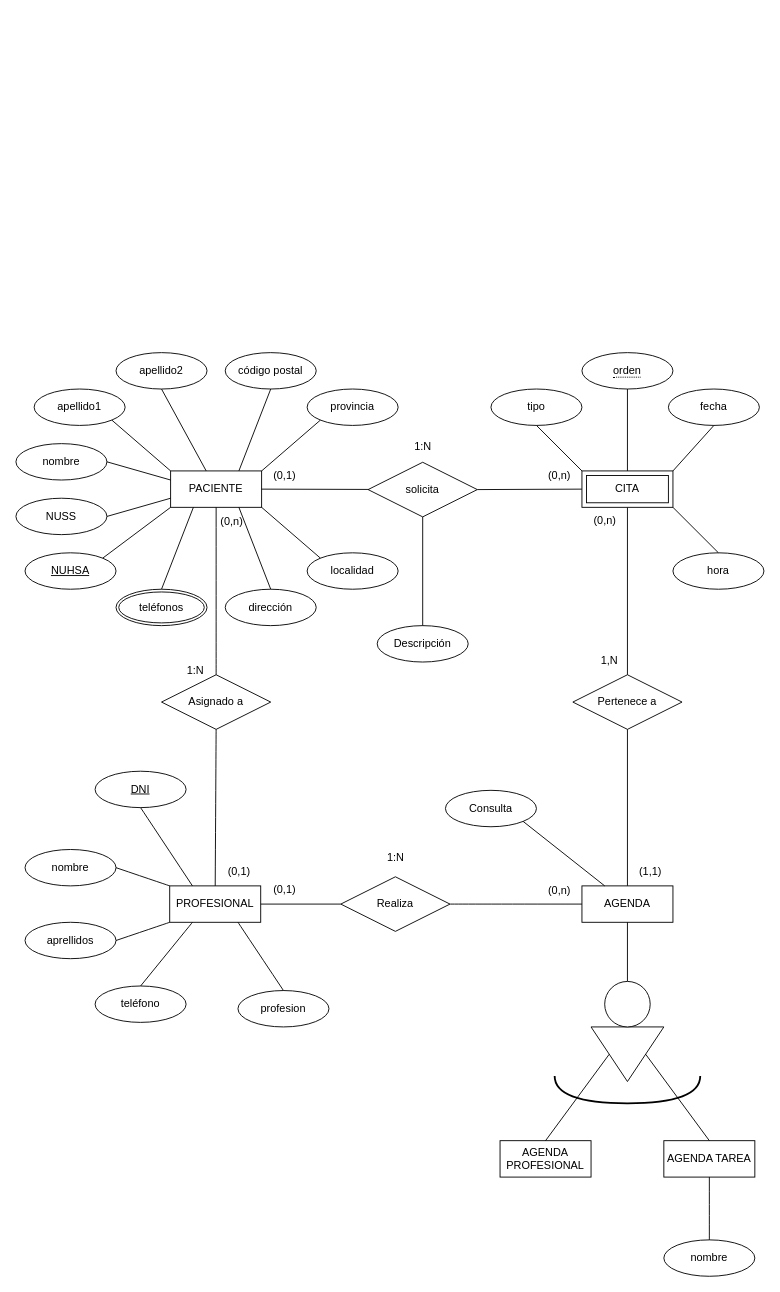
Before: CitasAP_ER2.drawio in mariopr25/CitasAP-ER, a draw.io diagram. Source tidied: cells renumbered, new cells numbered last; positions are measured from the earlier drawing's top-left corner, leaving out a move shared by most shapes. Both pictures are drawn from the tidied source at 91%, with x=0, y=0 at pixel (15, 352).
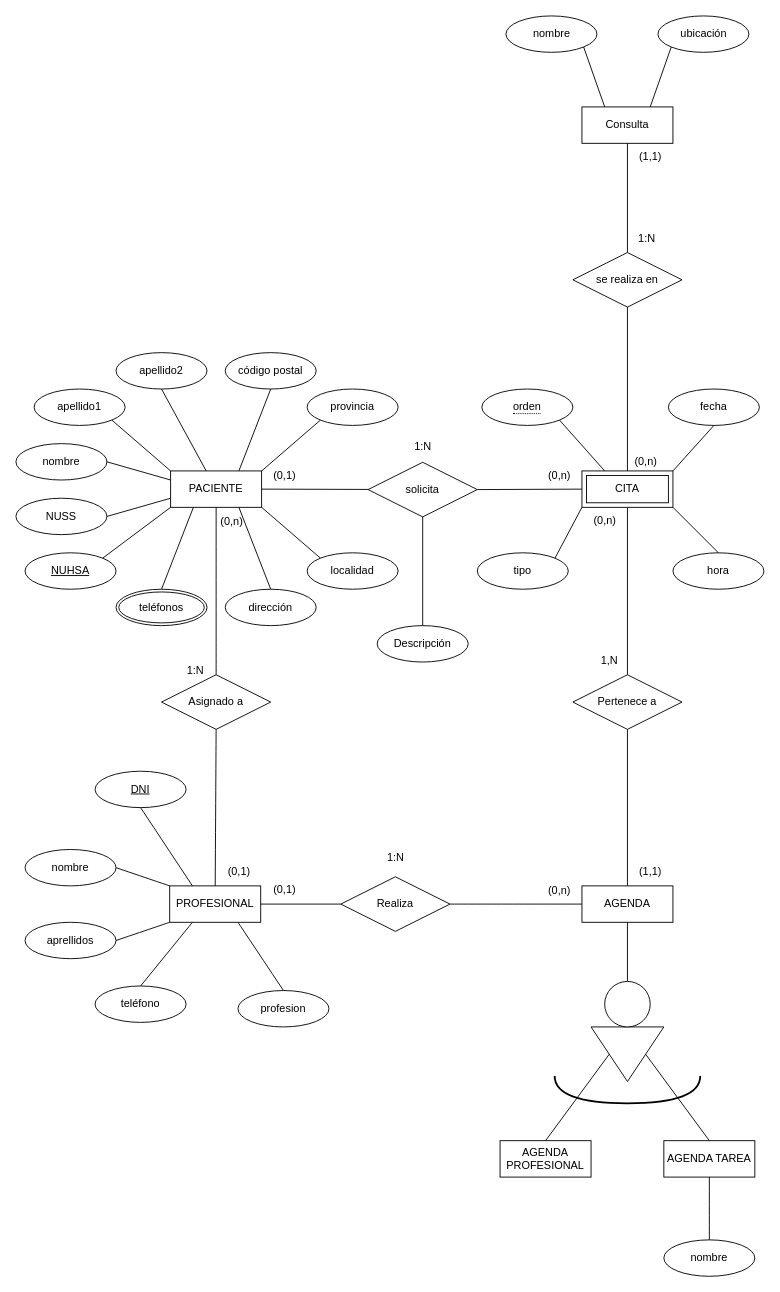
The same diagram, later.

Commit message:
Añadida relación cita se realiza en consulta

The change refers to these unchanged cells:
```xml
<mxCell id="36" value="CITA" style="shape=ext;margin=3;double=1;whiteSpace=wrap;html=1;align=center;" parent="1" vertex="1">
  <mxGeometry x="622" y="130" width="100" height="40" as="geometry" />
</mxCell>
<mxCell id="37" value="&lt;div&gt;AGENDA&lt;/div&gt;" style="whiteSpace=wrap;html=1;align=center;" parent="1" vertex="1">
  <mxGeometry x="622" y="586" width="100" height="40" as="geometry" />
</mxCell>
```

Change to the diagram source:
```diff
@@
     <mxCell id="34" value="tipo" style="ellipse;whiteSpace=wrap;html=1;align=center;direction=west;" parent="1" vertex="1">
-      <mxGeometry x="522" y="40" width="100" height="40" as="geometry" />
+      <mxGeometry x="507" y="220" width="100" height="40" as="geometry" />
     </mxCell>
@@
-    <mxCell id="40" style="endArrow=none;html=1;rounded=0;exitX=0;exitY=0;exitDx=0;exitDy=0;entryX=0.5;entryY=0;entryDx=0;entryDy=0;" parent="1" edge="1" source="36" target="34">
+    <mxCell id="40" style="endArrow=none;html=1;rounded=0;exitX=0;exitY=1;exitDx=0;exitDy=0;entryX=0;entryY=1;entryDx=0;entryDy=0;" parent="1" edge="1" source="36" target="34">
       <mxGeometry relative="1" as="geometry" />
     </mxCell>
@@
-    <mxCell id="44" style="endArrow=none;html=1;rounded=0;exitX=0.5;exitY=1;exitDx=0;exitDy=0;entryX=0.5;entryY=0;entryDx=0;entryDy=0;" parent="1" edge="1" source="45" target="36">
+    <mxCell id="44" style="endArrow=none;html=1;rounded=0;exitX=1;exitY=1;exitDx=0;exitDy=0;entryX=0.25;entryY=0;entryDx=0;entryDy=0;" parent="1" edge="1" source="45" target="36">
       <mxGeometry relative="1" as="geometry" />
     </mxCell>
     <mxCell id="45" value="&lt;span style=&quot;border-bottom: 1px dotted&quot;&gt;orden&lt;/span&gt;" style="ellipse;whiteSpace=wrap;html=1;align=center;" parent="1" vertex="1">
-      <mxGeometry x="622" width="100" height="40" as="geometry" />
+      <mxGeometry x="512" y="40" width="100" height="40" as="geometry" />
     </mxCell>
-    <mxCell id="46" value="Consulta" style="ellipse;whiteSpace=wrap;html=1;align=center;direction=east;" parent="1" vertex="1">
-      <mxGeometry x="472" y="481" width="100" height="40" as="geometry" />
-    </mxCell>
-    <mxCell id="47" style="endArrow=none;html=1;rounded=0;exitX=1;exitY=1;exitDx=0;exitDy=0;entryX=0.25;entryY=0;entryDx=0;entryDy=0;" parent="1" edge="1" source="46" target="37">
-      <mxGeometry relative="1" as="geometry" />
-    </mxCell>
@@
+    <mxCell id="46" value="&lt;div&gt;Consulta&lt;/div&gt;" style="whiteSpace=wrap;html=1;align=center;" parent="1" vertex="1">
+      <mxGeometry x="622" y="-270" width="100" height="40" as="geometry" />
+    </mxCell>
+    <mxCell id="82" value="&lt;div&gt;nombre&lt;/div&gt;" style="ellipse;whiteSpace=wrap;html=1;align=center;" parent="1" vertex="1">
+      <mxGeometry x="538.5" y="-370" width="100" height="40" as="geometry" />
+    </mxCell>
+    <mxCell id="83" value="ubicación" style="ellipse;whiteSpace=wrap;html=1;align=center;" parent="1" vertex="1">
+      <mxGeometry x="705.5" y="-370" width="100" height="40" as="geometry" />
+    </mxCell>
+    <mxCell id="84" style="endArrow=none;html=1;rounded=0;exitX=1;exitY=1;exitDx=0;exitDy=0;entryX=0.25;entryY=0;entryDx=0;entryDy=0;" parent="1" edge="1" source="82" target="46">
+      <mxGeometry relative="1" as="geometry" />
+    </mxCell>
+    <mxCell id="85" style="endArrow=none;html=1;rounded=0;entryX=0;entryY=1;entryDx=0;entryDy=0;exitX=0.75;exitY=0;exitDx=0;exitDy=0;" parent="1" edge="1" source="46" target="83">
+      <mxGeometry relative="1" as="geometry" />
+    </mxCell>
+    <mxCell id="86" value="se realiza en" style="shape=rhombus;perimeter=rhombusPerimeter;whiteSpace=wrap;html=1;align=center;" parent="1" vertex="1">
+      <mxGeometry x="612" y="-110" width="120" height="60" as="geometry" />
+    </mxCell>
+    <mxCell id="87" style="endArrow=none;html=1;rounded=0;entryX=0.5;entryY=1;entryDx=0;entryDy=0;exitX=0.5;exitY=0;exitDx=0;exitDy=0;" parent="1" edge="1" source="36" target="86">
+      <mxGeometry relative="1" as="geometry" />
+    </mxCell>
+    <mxCell id="88" style="endArrow=none;html=1;rounded=0;entryX=0.5;entryY=1;entryDx=0;entryDy=0;" parent="1" edge="1" source="86" target="46">
+      <mxGeometry relative="1" as="geometry" />
+    </mxCell>
+    <mxCell id="89" value="(0,n)" style="text;html=1;align=center;verticalAlign=middle;strokeColor=none;fillColor=none;" parent="1" vertex="1">
+      <mxGeometry x="667" y="105" width="50" height="30" as="geometry" />
+    </mxCell>
+    <mxCell id="90" value="(1,1)" style="text;html=1;align=center;verticalAlign=middle;strokeColor=none;fillColor=none;" parent="1" vertex="1">
+      <mxGeometry x="672" y="-230" width="50" height="30" as="geometry" />
+    </mxCell>
+    <mxCell id="91" value="1:N" style="text;html=1;align=center;verticalAlign=middle;strokeColor=none;fillColor=none;" parent="1" vertex="1">
+      <mxGeometry x="673" y="-140" width="40" height="30" as="geometry" />
+    </mxCell>
```
